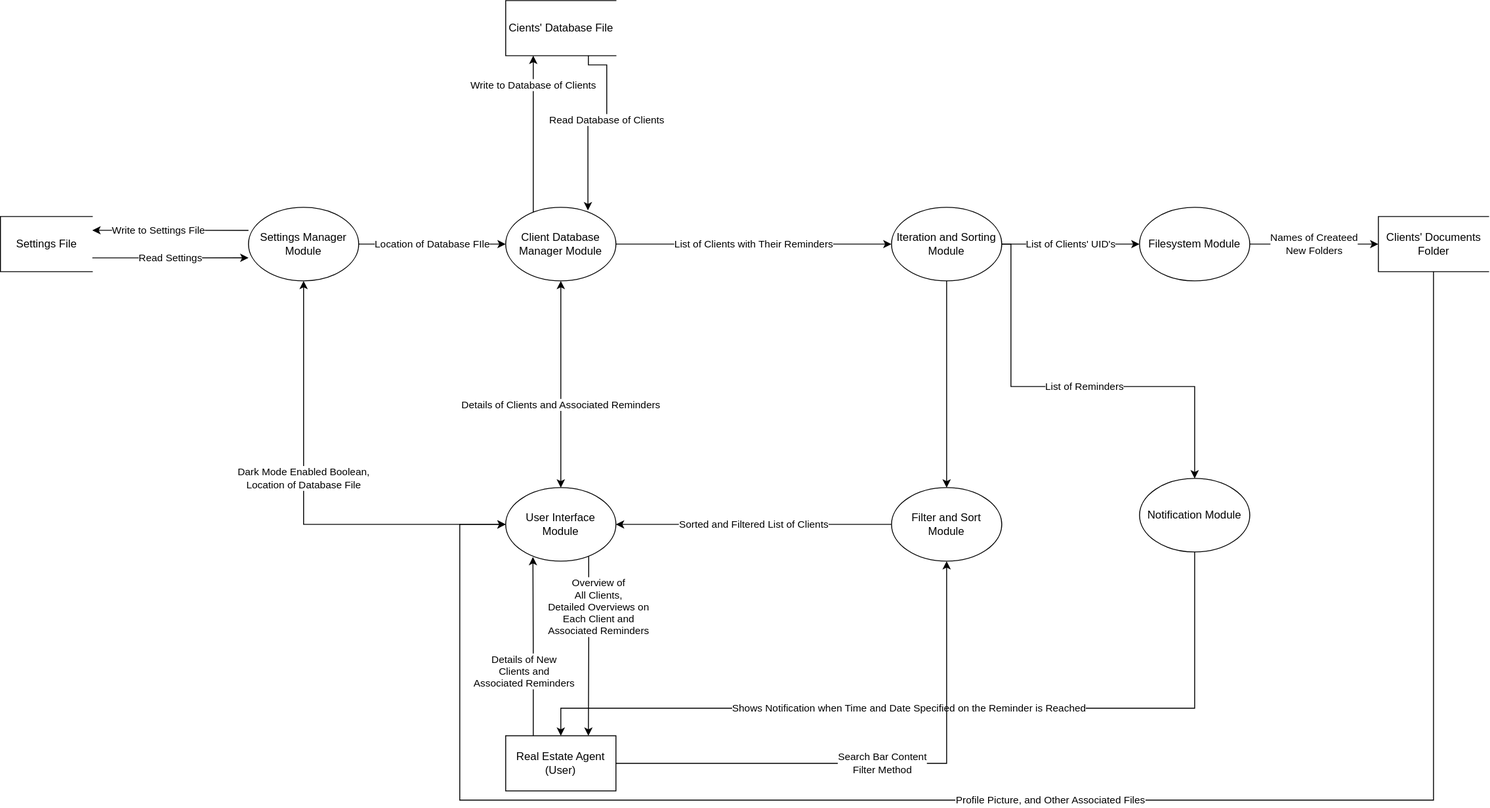
Earlier version of the draw.io export docs/dataflow.drawio.svg (amydevs/property-client-manager). Source tidied: cells renumbered, new cells last; positions are measured from the earlier drawing's top-left corner, leaving out a move shared by most shapes.
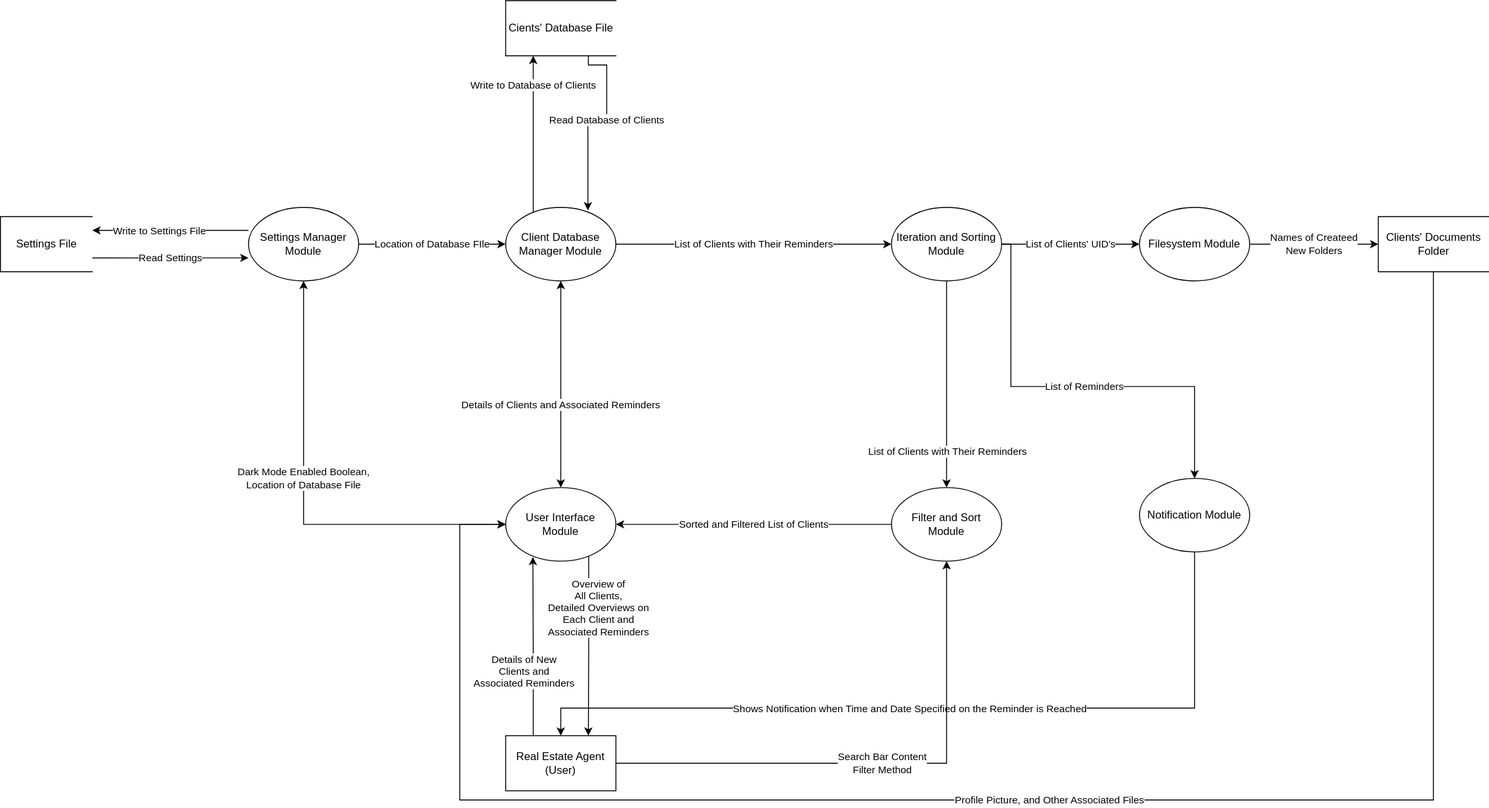
The same file after the commit.

Diff of the diagram source:
```diff
@@ -62,6 +62,11 @@
     <mxCell id="15" style="edgeStyle=orthogonalEdgeStyle;rounded=0;html=1;exitX=0.5;exitY=1;exitDx=0;exitDy=0;entryX=0.5;entryY=0;entryDx=0;entryDy=0;" parent="1" edge="1" source="16" target="31">
       <mxGeometry relative="1" as="geometry" />
     </mxCell>
+    <mxCell id="34" value="List of Clients with Their Reminders" style="edgeLabel;html=1;align=center;verticalAlign=middle;" parent="15" vertex="1">
+      <mxGeometry x="-0.22" y="-1" relative="1" as="geometry">
+        <mxPoint x="1" y="97" as="offset" />
+      </mxGeometry>
+    </mxCell>
     <mxCell id="16" value="Iteration and Sorting Module" style="ellipse;whiteSpace=wrap;html=1;" parent="1" vertex="1">
       <mxGeometry x="970" y="225" width="120" height="80" as="geometry" />
     </mxCell>
```
